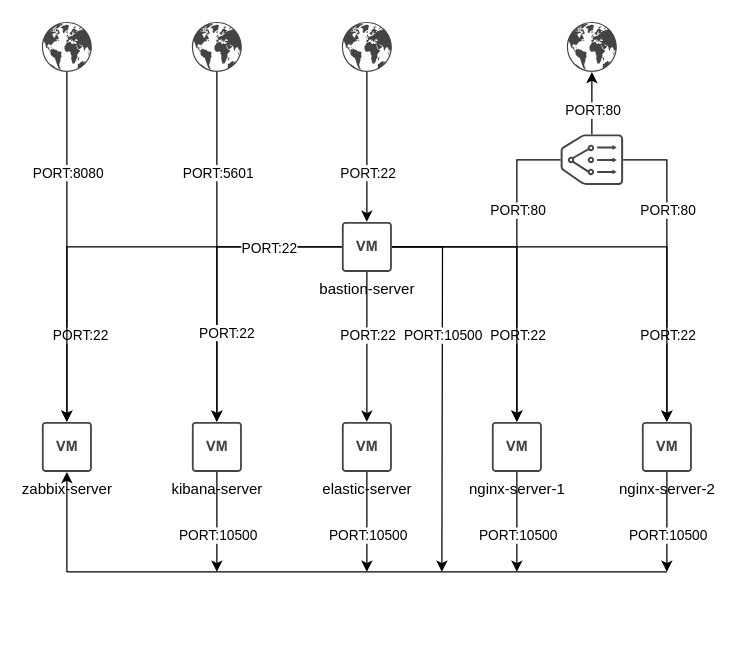
Above: Схема сети.drawio in dimindrol/diplom (draw.io), before the change. Source tidied: cells renumbered, new cells numbered last; positions are measured from the earlier drawing's top-left corner, leaving out a move shared by most shapes. Both pictures are drawn from the tidied source at 125%, with x=0, y=0 at pixel (41, 21).
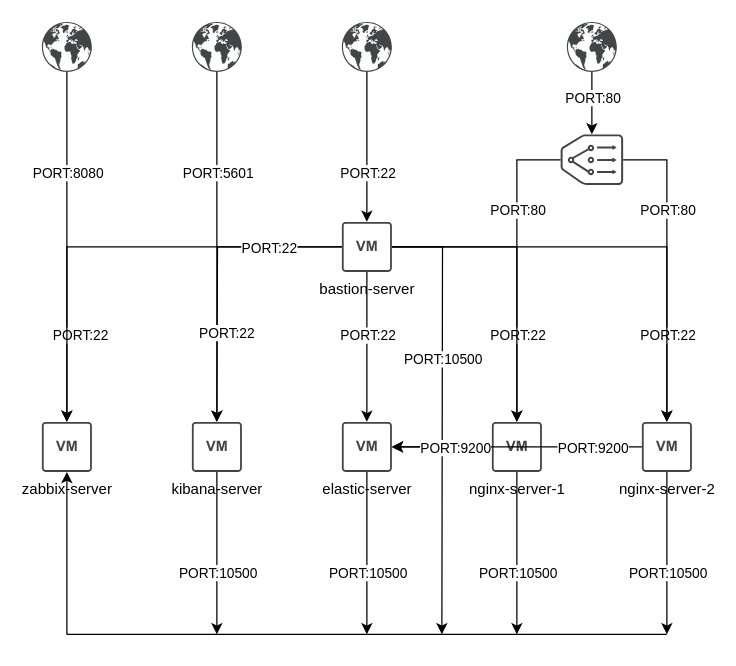
Above is the later version.

Unchanged cells that the change refers to:
```xml
<mxCell id="12" value="bastion-server" style="sketch=0;shadow=0;dashed=0;html=1;strokeColor=none;fillColor=#434445;labelPosition=center;verticalLabelPosition=bottom;verticalAlign=top;align=center;outlineConnect=0;shape=mxgraph.vvd.virtual_machine;" parent="1" vertex="1">
  <mxGeometry x="240" y="160" width="40" height="40" as="geometry" />
</mxCell>
<mxCell id="14" value="zabbix-server" style="sketch=0;shadow=0;dashed=0;html=1;strokeColor=none;fillColor=#434445;labelPosition=center;verticalLabelPosition=bottom;verticalAlign=top;align=center;outlineConnect=0;shape=mxgraph.vvd.virtual_machine;" parent="1" vertex="1">
  <mxGeometry y="320" width="40" height="40" as="geometry" />
</mxCell>
<mxCell id="16" value="elastic-server" style="sketch=0;shadow=0;dashed=0;html=1;strokeColor=none;fillColor=#434445;labelPosition=center;verticalLabelPosition=bottom;verticalAlign=top;align=center;outlineConnect=0;shape=mxgraph.vvd.virtual_machine;" parent="1" vertex="1">
  <mxGeometry x="240" y="320" width="40" height="40" as="geometry" />
</mxCell>
<mxCell id="20" value="nginx-server-1" style="sketch=0;shadow=0;dashed=0;html=1;strokeColor=none;fillColor=#434445;labelPosition=center;verticalLabelPosition=bottom;verticalAlign=top;align=center;outlineConnect=0;shape=mxgraph.vvd.virtual_machine;" parent="1" vertex="1">
  <mxGeometry x="360" y="320" width="40" height="40" as="geometry" />
</mxCell>
<mxCell id="22" value="nginx-server-2" style="sketch=0;shadow=0;dashed=0;html=1;strokeColor=none;fillColor=#434445;labelPosition=center;verticalLabelPosition=bottom;verticalAlign=top;align=center;outlineConnect=0;shape=mxgraph.vvd.virtual_machine;" parent="1" vertex="1">
  <mxGeometry x="480" y="320" width="40" height="40" as="geometry" />
</mxCell>
<mxCell id="24" style="sketch=0;shadow=0;dashed=0;html=1;strokeColor=none;fillColor=#434445;labelPosition=center;verticalLabelPosition=bottom;verticalAlign=top;align=center;outlineConnect=0;shape=mxgraph.vvd.networking;" parent="1" vertex="1">
  <mxGeometry x="120" width="40" height="40" as="geometry" />
</mxCell>
<mxCell id="32" style="sketch=0;shadow=0;dashed=0;html=1;strokeColor=none;fillColor=#434445;labelPosition=center;verticalLabelPosition=bottom;verticalAlign=top;align=center;outlineConnect=0;shape=mxgraph.vvd.networking;" parent="1" vertex="1">
  <mxGeometry x="420" width="40" height="40" as="geometry" />
</mxCell>
<mxCell id="38" style="sketch=0;shadow=0;dashed=0;html=1;strokeColor=none;fillColor=#434445;labelPosition=center;verticalLabelPosition=bottom;verticalAlign=top;align=center;outlineConnect=0;shape=mxgraph.vvd.nsx_edge_and_load_balancer;" parent="1" vertex="1">
  <mxGeometry x="415" y="90" width="50" height="40.5" as="geometry" />
</mxCell>
```

What changed in the source:
```diff
@@
-    <mxCell id="8" style="edgeStyle=orthogonalEdgeStyle;rounded=0;jettySize=auto;html=1;" parent="1" edge="1" source="12" target="18">
-      <mxGeometry relative="1" as="geometry" />
+    <mxCell id="8" style="edgeStyle=orthogonalEdgeStyle;rounded=0;jettySize=auto;html=1;" parent="1" edge="1" source="12">
+      <mxGeometry relative="1" as="geometry">
+        <mxPoint x="140" y="320" as="targetPoint" />
+      </mxGeometry>
     </mxCell>
@@
     <mxCell id="10" style="edgeStyle=orthogonalEdgeStyle;rounded=0;jettySize=auto;html=1;" parent="1" edge="1" source="12">
       <mxGeometry relative="1" as="geometry">
-        <mxPoint x="320" y="440" as="targetPoint" />
+        <mxPoint x="320" y="490" as="targetPoint" />
       </mxGeometry>
     </mxCell>
@@
     <mxCell id="13" style="edgeStyle=orthogonalEdgeStyle;rounded=0;jettySize=auto;html=1;endArrow=none;endFill=0;startArrow=classic;startFill=1;" parent="1" edge="1" source="14">
       <mxGeometry relative="1" as="geometry">
-        <mxPoint x="20" y="440" as="targetPoint" />
+        <mxPoint x="20" y="490" as="targetPoint" />
       </mxGeometry>
     </mxCell>
@@
     <mxCell id="15" style="edgeStyle=orthogonalEdgeStyle;rounded=0;jettySize=auto;html=1;" parent="1" edge="1" source="16">
       <mxGeometry relative="1" as="geometry">
-        <mxPoint x="260" y="440" as="targetPoint" />
+        <mxPoint x="260" y="490" as="targetPoint" />
       </mxGeometry>
     </mxCell>
@@
-    <mxCell id="17" style="edgeStyle=orthogonalEdgeStyle;rounded=0;jettySize=auto;html=1;" parent="1" edge="1" source="18">
+    <mxCell id="17" style="edgeStyle=orthogonalEdgeStyle;rounded=0;orthogonalLoop=1;jettySize=auto;html=1;" parent="1" edge="1">
       <mxGeometry relative="1" as="geometry">
-        <mxPoint x="140" y="440" as="targetPoint" />
+        <mxPoint x="140" y="360" as="sourcePoint" />
+        <mxPoint x="140" y="490" as="targetPoint" />
       </mxGeometry>
     </mxCell>
-    <mxCell id="18" value="kibana-server" style="sketch=0;shadow=0;dashed=0;html=1;strokeColor=none;fillColor=#434445;labelPosition=center;verticalLabelPosition=bottom;verticalAlign=top;align=center;outlineConnect=0;shape=mxgraph.vvd.virtual_machine;" parent="1" vertex="1">
-      <mxGeometry x="120" y="320" width="40" height="40" as="geometry" />
-    </mxCell>
     <mxCell id="19" style="edgeStyle=orthogonalEdgeStyle;rounded=0;jettySize=auto;html=1;" parent="1" edge="1" source="20">
       <mxGeometry relative="1" as="geometry">
-        <mxPoint x="380" y="440" as="targetPoint" />
+        <mxPoint x="380" y="490" as="targetPoint" />
       </mxGeometry>
     </mxCell>
+    <mxCell id="48" style="edgeStyle=orthogonalEdgeStyle;rounded=0;jettySize=auto;html=1;" parent="1" edge="1" source="20" target="16">
+      <mxGeometry relative="1" as="geometry" />
+    </mxCell>
@@
     <mxCell id="21" style="edgeStyle=orthogonalEdgeStyle;rounded=0;jettySize=auto;html=1;" parent="1" edge="1" source="22">
       <mxGeometry relative="1" as="geometry">
-        <mxPoint x="500" y="440" as="targetPoint" />
+        <mxPoint x="500" y="490" as="targetPoint" />
       </mxGeometry>
     </mxCell>
+    <mxCell id="49" style="edgeStyle=orthogonalEdgeStyle;rounded=0;jettySize=auto;html=1;" parent="1" edge="1" source="22" target="16">
+      <mxGeometry relative="1" as="geometry" />
+    </mxCell>
+    <mxCell id="50" value="PORT:9200" style="edgeLabel;html=1;align=center;verticalAlign=middle;" parent="49" vertex="1">
+      <mxGeometry x="-0.49" y="-1" relative="1" as="geometry">
+        <mxPoint x="11" y="1" as="offset" />
+      </mxGeometry>
+    </mxCell>
@@
-    <mxCell id="23" style="edgeStyle=orthogonalEdgeStyle;rounded=0;jettySize=auto;html=1;" parent="1" edge="1" source="24" target="18">
-      <mxGeometry relative="1" as="geometry" />
+    <mxCell id="23" style="edgeStyle=orthogonalEdgeStyle;rounded=0;jettySize=auto;html=1;" parent="1" edge="1" source="24">
+      <mxGeometry relative="1" as="geometry">
+        <mxPoint x="140" y="320" as="targetPoint" />
+      </mxGeometry>
     </mxCell>
@@
-    <mxCell id="37" style="edgeStyle=orthogonalEdgeStyle;rounded=0;jettySize=auto;html=1;" parent="1" edge="1" source="38" target="32">
+    <mxCell id="37" style="edgeStyle=orthogonalEdgeStyle;rounded=0;jettySize=auto;html=1;startArrow=classic;startFill=1;endArrow=none;endFill=0;" parent="1" edge="1" source="38" target="32">
       <mxGeometry relative="1" as="geometry" />
     </mxCell>
@@
     <mxCell id="41" value="PORT:80" style="edgeLabel;html=1;align=center;verticalAlign=middle;" parent="1" vertex="1">
-      <mxGeometry x="440" y="70" as="geometry" />
+      <mxGeometry x="440" y="60" as="geometry" />
     </mxCell>
@@
     <mxCell id="43" style="endArrow=none;startArrow=none;html=1;rounded=0;startFill=0;endFill=0;" parent="1" edge="1">
       <mxGeometry relative="1" as="geometry">
-        <mxPoint x="20" y="440" as="sourcePoint" />
-        <mxPoint x="500" y="440" as="targetPoint" />
+        <mxPoint x="20" y="490" as="sourcePoint" />
+        <mxPoint x="500" y="490" as="targetPoint" />
       </mxGeometry>
     </mxCell>
     <mxCell id="44" value="PORT:10500" style="edgeLabel;html=1;align=center;verticalAlign=middle;" parent="1" vertex="1">
-      <mxGeometry x="260" y="410" as="geometry" />
+      <mxGeometry x="260" y="440" as="geometry" />
     </mxCell>
     <mxCell id="45" value="PORT:10500" style="edgeLabel;html=1;align=center;verticalAlign=middle;" parent="1" vertex="1">
-      <mxGeometry x="380" y="410" as="geometry" />
+      <mxGeometry x="380" y="440" as="geometry" />
     </mxCell>
     <mxCell id="46" value="PORT:10500" style="edgeLabel;html=1;align=center;verticalAlign=middle;" parent="1" vertex="1">
-      <mxGeometry x="500" y="410" as="geometry" />
+      <mxGeometry x="500" y="440" as="geometry" />
     </mxCell>
     <mxCell id="47" value="PORT:10500" style="edgeLabel;html=1;align=center;verticalAlign=middle;" parent="1" vertex="1">
-      <mxGeometry x="140" y="410" as="geometry" />
+      <mxGeometry x="140" y="440" as="geometry" />
     </mxCell>
+    <mxCell id="18" value="kibana-server" style="sketch=0;shadow=0;dashed=0;html=1;strokeColor=none;fillColor=#434445;labelPosition=center;verticalLabelPosition=bottom;verticalAlign=top;align=center;outlineConnect=0;shape=mxgraph.vvd.virtual_machine;" parent="1" vertex="1">
+      <mxGeometry x="120" y="320" width="40" height="40" as="geometry" />
+    </mxCell>
+    <mxCell id="51" value="PORT:9200" style="edgeLabel;html=1;align=center;verticalAlign=middle;" parent="1" vertex="1">
+      <mxGeometry x="330" y="340" as="geometry" />
+    </mxCell>
```
